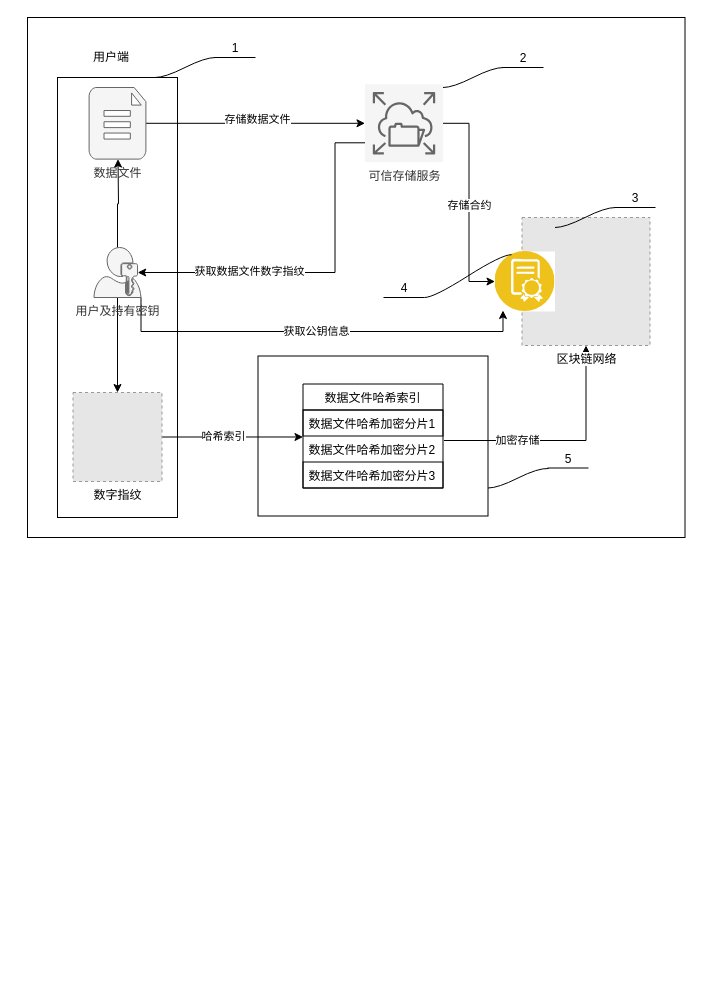
The draw.io diagram bts_chain_cid.drawio in luoweb/codeshow, before the edit. Source tidied: cells renumbered, new cells numbered last; positions are measured from the earlier drawing's top-left corner, leaving out a move shared by most shapes. Both pictures are drawn from the tidied source at 100%, with x=0, y=0 at pixel (27, 17). Pictures stored in the file or linked from it are replaced by grey dashed boxes.
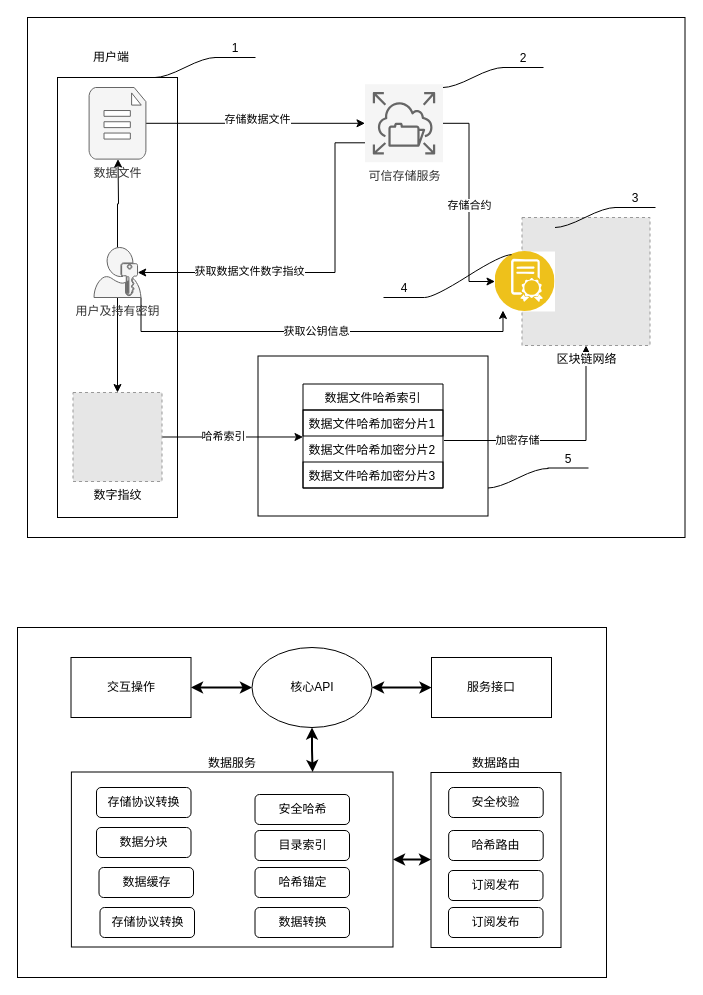
The same page after the edit.

Diff of the diagram source:
```diff
@@
+    <mxCell id="39" style="rounded=0;whiteSpace=wrap;html=1;strokeColor=default;" parent="1" vertex="1">
+      <mxGeometry x="-10" y="610" width="589" height="350" as="geometry" />
+    </mxCell>
+    <mxCell id="40" style="edgeStyle=orthogonalEdgeStyle;rounded=0;jettySize=auto;html=1;exitX=1;exitY=0.5;exitDx=0;exitDy=0;startArrow=classic;startFill=1;endArrow=classic;endFill=1;strokeWidth=2;" parent="1" edge="1" source="41" target="44">
+      <mxGeometry relative="1" as="geometry" />
+    </mxCell>
+    <mxCell id="41" value="交互操作" style="rounded=0;whiteSpace=wrap;html=1;strokeColor=default;" parent="1" vertex="1">
+      <mxGeometry x="43.5" y="640" width="120" height="60" as="geometry" />
+    </mxCell>
+    <mxCell id="42" style="edgeStyle=orthogonalEdgeStyle;rounded=0;jettySize=auto;html=1;exitX=1;exitY=0.5;exitDx=0;exitDy=0;entryX=0;entryY=0.5;entryDx=0;entryDy=0;startArrow=classic;startFill=1;endArrow=classic;endFill=1;strokeWidth=2;" parent="1" edge="1" source="44" target="45">
+      <mxGeometry relative="1" as="geometry" />
+    </mxCell>
+    <mxCell id="43" style="edgeStyle=orthogonalEdgeStyle;rounded=0;jettySize=auto;html=1;exitX=0.5;exitY=1;exitDx=0;exitDy=0;entryX=0.75;entryY=0;entryDx=0;entryDy=0;startArrow=classic;startFill=1;endArrow=classic;endFill=1;strokeWidth=2;" parent="1" edge="1" source="44" target="47">
+      <mxGeometry relative="1" as="geometry" />
+    </mxCell>
+    <mxCell id="44" value="核心API" style="ellipse;whiteSpace=wrap;html=1;strokeColor=default;" parent="1" vertex="1">
+      <mxGeometry x="224.5" y="630" width="120" height="80" as="geometry" />
+    </mxCell>
+    <mxCell id="45" value="服务接口" style="rounded=0;whiteSpace=wrap;html=1;strokeColor=default;" parent="1" vertex="1">
+      <mxGeometry x="404" y="640" width="120" height="60" as="geometry" />
+    </mxCell>
+    <mxCell id="46" style="edgeStyle=orthogonalEdgeStyle;rounded=0;jettySize=auto;html=1;exitX=1;exitY=0.5;exitDx=0;exitDy=0;startArrow=classic;startFill=1;endArrow=classic;endFill=1;strokeWidth=2;entryX=0;entryY=0.5;entryDx=0;entryDy=0;" parent="1" edge="1" source="47" target="48">
+      <mxGeometry relative="1" as="geometry" />
+    </mxCell>
+    <mxCell id="47" value="数据服务" style="rounded=0;whiteSpace=wrap;html=1;strokeColor=default;labelPosition=center;verticalLabelPosition=top;align=center;verticalAlign=bottom;" parent="1" vertex="1">
+      <mxGeometry x="43.9" y="754.5" width="321.6" height="175" as="geometry" />
+    </mxCell>
+    <mxCell id="48" value="数据路由" style="rounded=0;whiteSpace=wrap;html=1;strokeColor=default;labelPosition=center;verticalLabelPosition=top;align=center;verticalAlign=bottom;" parent="1" vertex="1">
+      <mxGeometry x="403.5" y="755" width="130" height="175" as="geometry" />
+    </mxCell>
+    <mxCell id="49" value="安全校验" style="rounded=1;whiteSpace=wrap;html=1;strokeColor=default;" parent="1" vertex="1">
+      <mxGeometry x="421.2" y="770" width="94.5" height="30" as="geometry" />
+    </mxCell>
+    <mxCell id="50" value="哈希路由" style="rounded=1;whiteSpace=wrap;html=1;strokeColor=default;" parent="1" vertex="1">
+      <mxGeometry x="421.2" y="813" width="94.5" height="30" as="geometry" />
+    </mxCell>
+    <mxCell id="51" value="数据分块" style="rounded=1;whiteSpace=wrap;html=1;strokeColor=default;" parent="1" vertex="1">
+      <mxGeometry x="69" y="810" width="94.5" height="30" as="geometry" />
+    </mxCell>
+    <mxCell id="52" value="目录索引" style="rounded=1;whiteSpace=wrap;html=1;strokeColor=default;" parent="1" vertex="1">
+      <mxGeometry x="227.5" y="813" width="94.5" height="30" as="geometry" />
+    </mxCell>
+    <mxCell id="53" value="存储协议转换" style="rounded=1;whiteSpace=wrap;html=1;strokeColor=default;" parent="1" vertex="1">
+      <mxGeometry x="69" y="770" width="94.5" height="30" as="geometry" />
+    </mxCell>
+    <mxCell id="54" value="订阅发布" style="rounded=1;whiteSpace=wrap;html=1;strokeColor=default;" parent="1" vertex="1">
+      <mxGeometry x="421" y="890" width="94.5" height="30" as="geometry" />
+    </mxCell>
+    <mxCell id="55" value="安全哈希" style="rounded=1;whiteSpace=wrap;html=1;strokeColor=default;" parent="1" vertex="1">
+      <mxGeometry x="227.5" y="777" width="94.5" height="30" as="geometry" />
+    </mxCell>
+    <mxCell id="56" value="哈希锚定" style="rounded=1;whiteSpace=wrap;html=1;strokeColor=default;" parent="1" vertex="1">
+      <mxGeometry x="227.5" y="850" width="94.5" height="30" as="geometry" />
+    </mxCell>
+    <mxCell id="57" value="数据转换" style="rounded=1;whiteSpace=wrap;html=1;strokeColor=default;" parent="1" vertex="1">
+      <mxGeometry x="227.5" y="890" width="94.5" height="30" as="geometry" />
+    </mxCell>
+    <mxCell id="58" value="数据缓存" style="rounded=1;whiteSpace=wrap;html=1;strokeColor=default;" parent="1" vertex="1">
+      <mxGeometry x="71.5" y="850" width="94.5" height="30" as="geometry" />
+    </mxCell>
+    <mxCell id="59" value="存储协议转换" style="rounded=1;whiteSpace=wrap;html=1;strokeColor=default;" parent="1" vertex="1">
+      <mxGeometry x="72.5" y="890" width="94.5" height="30" as="geometry" />
+    </mxCell>
+    <mxCell id="60" value="订阅发布" style="rounded=1;whiteSpace=wrap;html=1;strokeColor=default;" parent="1" vertex="1">
+      <mxGeometry x="421" y="853" width="94.5" height="30" as="geometry" />
+    </mxCell>
```
